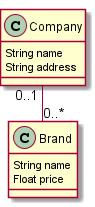
Earlier version of the PlantUML export Entity/all.png (Hell4U/JHipster-DrugWiki).
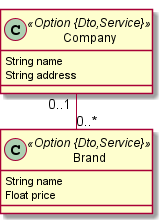
The same diagram one commit later.

What changed in the source:
```diff
@@ -1,11 +1,11 @@
 @startuml
 	!pragma graphviz_dot jdot
 	!pragma syntax class
-	class Company  {
+	class Company <<Option {Dto,Service}>> {
 		String name
 		String address
 	}
-	class Brand  {
+	class Brand <<Option {Dto,Service}>> {
 		String name
 		Float price
 	}
```
